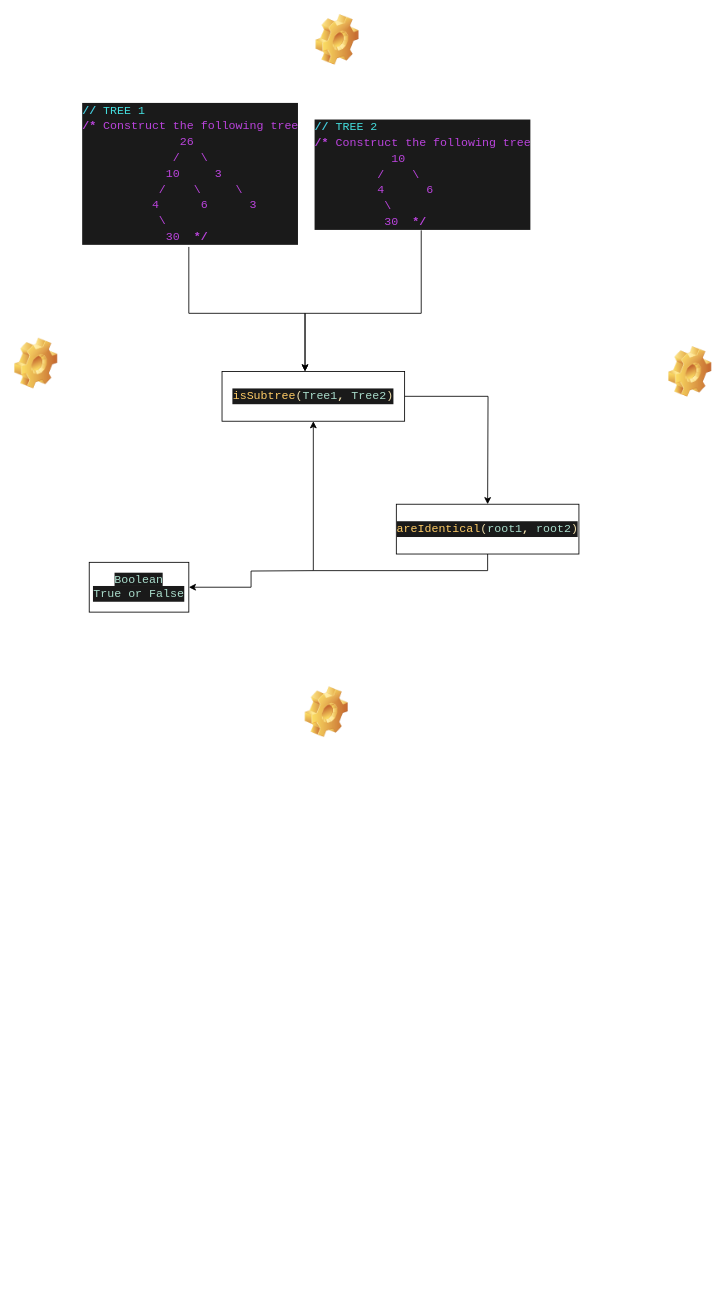
This is page "Page-15" (14 of 14) of Untitled Diagram.drawio from shadykh/uml, a draw.io file, before an edit. Source tidied: cells renumbered, new cells numbered last; positions are measured from the earlier drawing's top-left corner, leaving out a move shared by most shapes. Both pictures are drawn from the tidied source at 83%, with x=0, y=0 at pixel (14, 14).
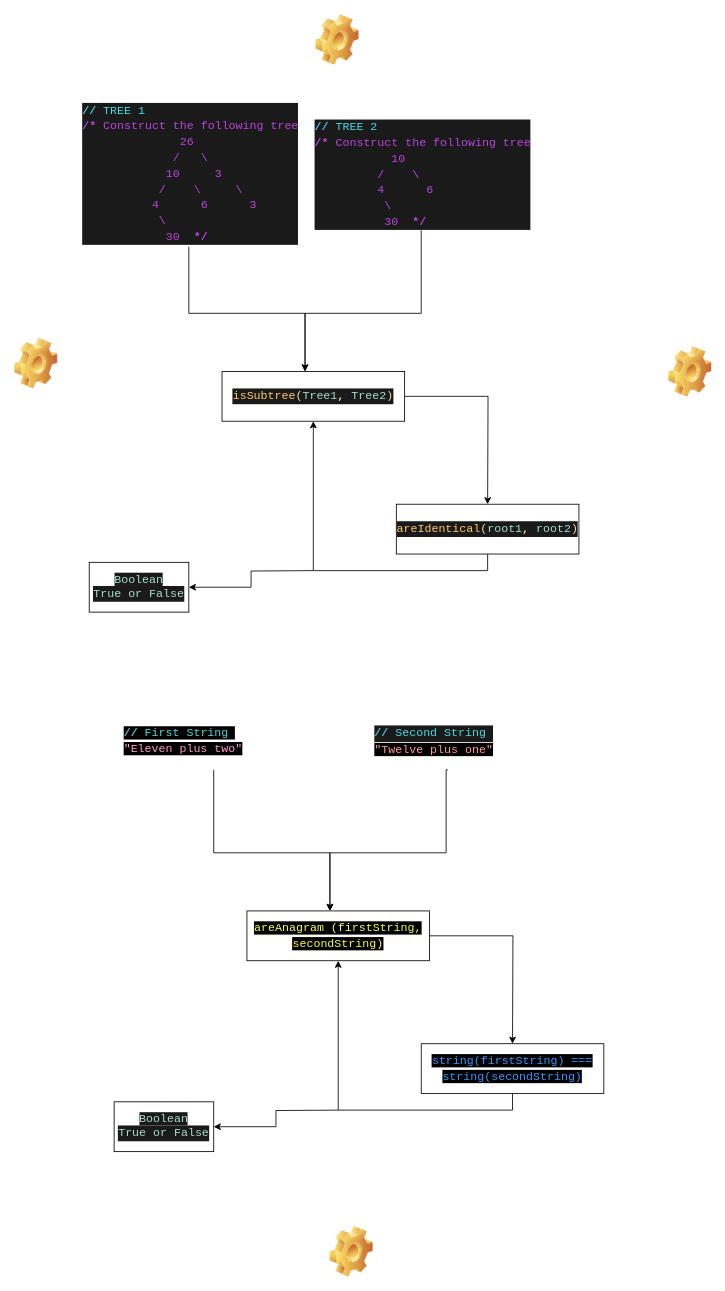
The same page after the edit.

Diff of the diagram source:
```diff
@@
-    <mxCell id="15" style="shape=image;html=1;verticalLabelPosition=bottom;verticalAlign=top;imageAspect=1;image=img/clipart/Gear_128x128.png;" parent="1" vertex="1">
-      <mxGeometry x="350" y="810" width="52" height="61" as="geometry" />
-    </mxCell>
+    <mxCell id="16" style="edgeStyle=orthogonalEdgeStyle;rounded=0;jettySize=auto;html=1;exitX=0.5;exitY=1;exitDx=0;exitDy=0;" parent="1" edge="1" source="17">
+      <mxGeometry relative="1" as="geometry">
+        <mxPoint x="380" y="1080" as="targetPoint" />
+        <Array as="points">
+          <mxPoint x="240" y="1010" />
+          <mxPoint x="380" y="1010" />
+        </Array>
+      </mxGeometry>
+    </mxCell>
+    <mxCell id="17" value="&lt;div style=&quot;font-family: &amp;#34;consolas&amp;#34; , &amp;#34;courier new&amp;#34; , monospace ; font-weight: normal ; font-size: 14px ; line-height: 19px&quot;&gt;&lt;div style=&quot;color: rgb(221 , 204 , 187)&quot;&gt;&lt;span style=&quot;background-color: rgb(0 , 0 , 0)&quot;&gt;&lt;span style=&quot;color: rgb(68 , 204 , 221) ; font-weight: bold&quot;&gt;//&lt;/span&gt;&lt;span style=&quot;color: rgb(68 , 221 , 221)&quot;&gt;&amp;nbsp;First String&amp;nbsp;&lt;/span&gt;&lt;/span&gt;&lt;/div&gt;&lt;div&gt;&lt;span style=&quot;background-color: rgb(0 , 0 , 0)&quot;&gt;&lt;span style=&quot;font-family: &amp;#34;consolas&amp;#34; , &amp;#34;courier new&amp;#34; , monospace&quot;&gt;&lt;font color=&quot;#ff99cc&quot;&gt;&quot;Eleven plus two&quot;&lt;/font&gt;&lt;/span&gt;&lt;/span&gt;&lt;/div&gt;&lt;/div&gt;" style="text;whiteSpace=wrap;html=1;" parent="1" vertex="1">
+      <mxGeometry x="130" y="850" width="220" height="60" as="geometry" />
+    </mxCell>
+    <mxCell id="18" style="edgeStyle=orthogonalEdgeStyle;rounded=0;jettySize=auto;html=1;exitX=0.5;exitY=1;exitDx=0;exitDy=0;" parent="1" edge="1" source="19">
+      <mxGeometry relative="1" as="geometry">
+        <mxPoint x="380" y="1080" as="targetPoint" />
+        <Array as="points">
+          <mxPoint x="520" y="1010" />
+          <mxPoint x="380" y="1010" />
+        </Array>
+      </mxGeometry>
+    </mxCell>
+    <mxCell id="19" value="&lt;div style=&quot;line-height: 19px&quot;&gt;&lt;div style=&quot;background-color: rgb(26 , 26 , 26)&quot;&gt;&lt;span style=&quot;color: rgb(68 , 204 , 221) ; font-family: &amp;#34;consolas&amp;#34; , &amp;#34;courier new&amp;#34; , monospace ; font-size: 14px ; font-weight: bold&quot;&gt;//&lt;/span&gt;&lt;font color=&quot;#44dddd&quot; face=&quot;consolas, courier new, monospace&quot;&gt;&lt;span style=&quot;font-size: 14px&quot;&gt;&amp;nbsp;Second&amp;nbsp;String&lt;/span&gt;&lt;/font&gt;&lt;/div&gt;&lt;div style=&quot;font-family: &amp;#34;consolas&amp;#34; , &amp;#34;courier new&amp;#34; , monospace ; font-size: 14px ; font-weight: normal&quot;&gt;&lt;span style=&quot;font-family: &amp;#34;consolas&amp;#34; , &amp;#34;courier new&amp;#34; , monospace ; background-color: rgb(0 , 0 , 0)&quot;&gt;&lt;font color=&quot;#ff9999&quot;&gt;&quot;Twelve plus one&quot;&lt;/font&gt;&lt;/span&gt;&lt;/div&gt;&lt;/div&gt;" style="text;whiteSpace=wrap;html=1;" parent="1" vertex="1">
+      <mxGeometry x="432" y="850" width="180" height="60" as="geometry" />
+    </mxCell>
+    <mxCell id="20" style="edgeStyle=orthogonalEdgeStyle;rounded=0;jettySize=auto;html=1;exitX=1;exitY=0.5;exitDx=0;exitDy=0;" parent="1" edge="1" source="22">
+      <mxGeometry relative="1" as="geometry">
+        <mxPoint x="600" y="1240" as="targetPoint" />
+      </mxGeometry>
+    </mxCell>
+    <mxCell id="21" style="edgeStyle=orthogonalEdgeStyle;rounded=0;jettySize=auto;html=1;" parent="1" edge="1" target="25">
+      <mxGeometry relative="1" as="geometry">
+        <mxPoint x="390" y="1320" as="sourcePoint" />
+      </mxGeometry>
+    </mxCell>
+    <mxCell id="22" value="&lt;div style=&quot;font-family: &amp;#34;consolas&amp;#34; , &amp;#34;courier new&amp;#34; , monospace ; font-size: 14px ; line-height: 19px&quot;&gt;&lt;div style=&quot;font-family: &amp;#34;consolas&amp;#34; , &amp;#34;courier new&amp;#34; , monospace ; line-height: 19px&quot;&gt;&lt;div style=&quot;font-family: &amp;#34;consolas&amp;#34; , &amp;#34;courier new&amp;#34; , monospace ; line-height: 19px&quot;&gt;&lt;span style=&quot;background-color: rgb(0 , 0 , 0)&quot;&gt;&lt;font color=&quot;#ffff33&quot;&gt; areAnagram (firstString, secondString)&lt;/font&gt;&lt;/span&gt;&lt;/div&gt;&lt;/div&gt;&lt;/div&gt;" style="rounded=0;whiteSpace=wrap;html=1;" parent="1" vertex="1">
+      <mxGeometry x="280" y="1080" width="220" height="60" as="geometry" />
+    </mxCell>
+    <mxCell id="23" style="edgeStyle=orthogonalEdgeStyle;rounded=0;jettySize=auto;html=1;exitX=0.5;exitY=1;exitDx=0;exitDy=0;" parent="1" edge="1" source="24" target="22">
+      <mxGeometry relative="1" as="geometry" />
+    </mxCell>
+    <mxCell id="24" value="&lt;div style=&quot;font-family: &amp;#34;consolas&amp;#34; , &amp;#34;courier new&amp;#34; , monospace ; font-size: 14px ; line-height: 19px&quot;&gt;&lt;div style=&quot;font-family: &amp;#34;consolas&amp;#34; , &amp;#34;courier new&amp;#34; , monospace ; line-height: 19px&quot;&gt;&lt;div style=&quot;font-family: &amp;#34;consolas&amp;#34; , &amp;#34;courier new&amp;#34; , monospace ; line-height: 19px&quot;&gt;&lt;span style=&quot;background-color: rgb(0 , 0 , 0)&quot;&gt;&lt;font color=&quot;#3399ff&quot;&gt;string(firstString) === string(secondString)&lt;/font&gt;&lt;/span&gt;&lt;/div&gt;&lt;/div&gt;&lt;/div&gt;" style="rounded=0;whiteSpace=wrap;html=1;" parent="1" vertex="1">
+      <mxGeometry x="490" y="1240" width="220" height="60" as="geometry" />
+    </mxCell>
+    <mxCell id="25" value="&lt;span style=&quot;color: rgb(170 , 221 , 204) ; background-color: rgb(26 , 26 , 26) ; font-family: &amp;#34;consolas&amp;#34; , &amp;#34;courier new&amp;#34; , monospace ; font-size: 14px&quot;&gt;Boolean&lt;/span&gt;&lt;br&gt;&lt;div style=&quot;color: rgb(221 , 204 , 187) ; background-color: rgb(26 , 26 , 26) ; font-family: &amp;#34;consolas&amp;#34; , &amp;#34;courier new&amp;#34; , monospace ; font-weight: normal ; font-size: 14px ; line-height: 19px&quot;&gt;&lt;div&gt;&lt;span style=&quot;color: #aaddcc&quot;&gt;True&lt;/span&gt;&lt;span style=&quot;color: #ddccbb&quot;&gt;&amp;nbsp;&lt;/span&gt;&lt;span style=&quot;color: #aaddcc&quot;&gt;or&lt;/span&gt;&lt;span style=&quot;color: #ddccbb&quot;&gt;&amp;nbsp;&lt;/span&gt;&lt;span style=&quot;color: #aaddcc&quot;&gt;False&lt;/span&gt;&lt;/div&gt;&lt;/div&gt;" style="rounded=0;whiteSpace=wrap;html=1;" parent="1" vertex="1">
+      <mxGeometry x="120" y="1310" width="120" height="60" as="geometry" />
+    </mxCell>
+    <mxCell id="26" style="shape=image;html=1;verticalLabelPosition=bottom;verticalAlign=top;imageAspect=1;image=img/clipart/Gear_128x128.png;" parent="1" vertex="1">
+      <mxGeometry x="380" y="1460" width="52" height="61" as="geometry" />
+    </mxCell>
```
